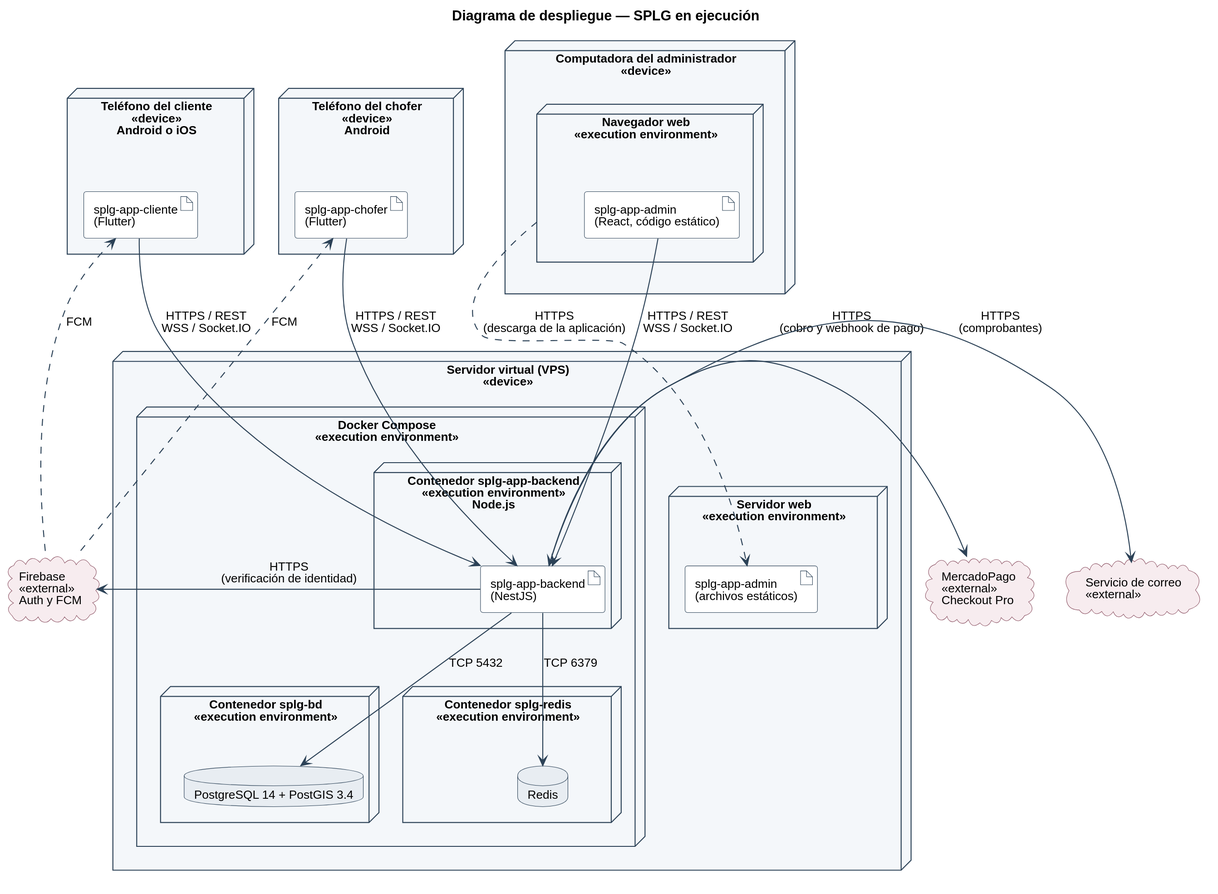
Earlier version of the PlantUML export diagramas/uml/UML_Despliegue.svg (Nahuelito-Dev/splg-docs). Source of this version:
```plantuml
@startuml
title Diagrama de despliegue — SPLG en ejecución
skinparam backgroundColor #FFFFFF
skinparam shadowing false
skinparam defaultFontName Helvetica
skinparam defaultFontSize 12
skinparam dpi 150
skinparam ArrowColor #2C4257
skinparam ArrowFontSize 12
skinparam node {
  BorderColor #2C4257
  BackgroundColor #F4F7FA
}
skinparam artifact {
  BorderColor #2C4257
  BackgroundColor #FFFFFF
}
skinparam database {
  BorderColor #2C4257
  BackgroundColor #E8EDF2
}
skinparam cloud {
  BorderColor #8E5566
  BackgroundColor #F7ECEF
}
skinparam nodesep 40
skinparam ranksep 70

node "Teléfono del cliente\n<<device>>\nAndroid o iOS" as DC {
  artifact "splg-app-cliente\n(Flutter)" as AC
}
node "Teléfono del chofer\n<<device>>\nAndroid" as DD {
  artifact "splg-app-chofer\n(Flutter)" as AD
}
node "Computadora del administrador\n<<device>>" as DA {
  node "Navegador web\n<<execution environment>>" as NAV {
    artifact "splg-app-admin\n(React, código estático)" as PANEL
  }
}

node "Servidor virtual (VPS)\n<<device>>" as VPS {
  node "Docker Compose\n<<execution environment>>" as DOCK {
    node "Contenedor splg-app-backend\n<<execution environment>>\nNode.js" as CB {
      artifact "splg-app-backend\n(NestJS)" as BACK
    }
    node "Contenedor splg-bd\n<<execution environment>>" as CBD {
      database "PostgreSQL 14 + PostGIS 3.4" as PG
    }
    node "Contenedor splg-redis\n<<execution environment>>" as CRD {
      database "Redis" as RD
    }
  }
  node "Servidor web\n<<execution environment>>" as WEB {
    artifact "splg-app-admin\n(archivos estáticos)" as PANELDIST
  }
}

cloud "Firebase\n<<external>>\nAuth y FCM" as FB
cloud "MercadoPago\n<<external>>\nCheckout Pro" as MP
cloud "Servicio de correo\n<<external>>" as ML

AC -down-> BACK : HTTPS / REST\nWSS / Socket.IO
AD -down-> BACK : HTTPS / REST\nWSS / Socket.IO
PANEL -down-> BACK : HTTPS / REST\nWSS / Socket.IO
NAV .down.> PANELDIST : HTTPS\n(descarga de la aplicación)

BACK -down-> PG : TCP 5432
BACK -down-> RD : TCP 6379

BACK -right-> FB : HTTPS\n(verificación de identidad)
BACK <-right-> MP : HTTPS\n(cobro y webhook de pago)
BACK -right-> ML : HTTPS\n(comprobantes)
FB .up.> AC : FCM
FB .up.> AD : FCM
@enduml
```
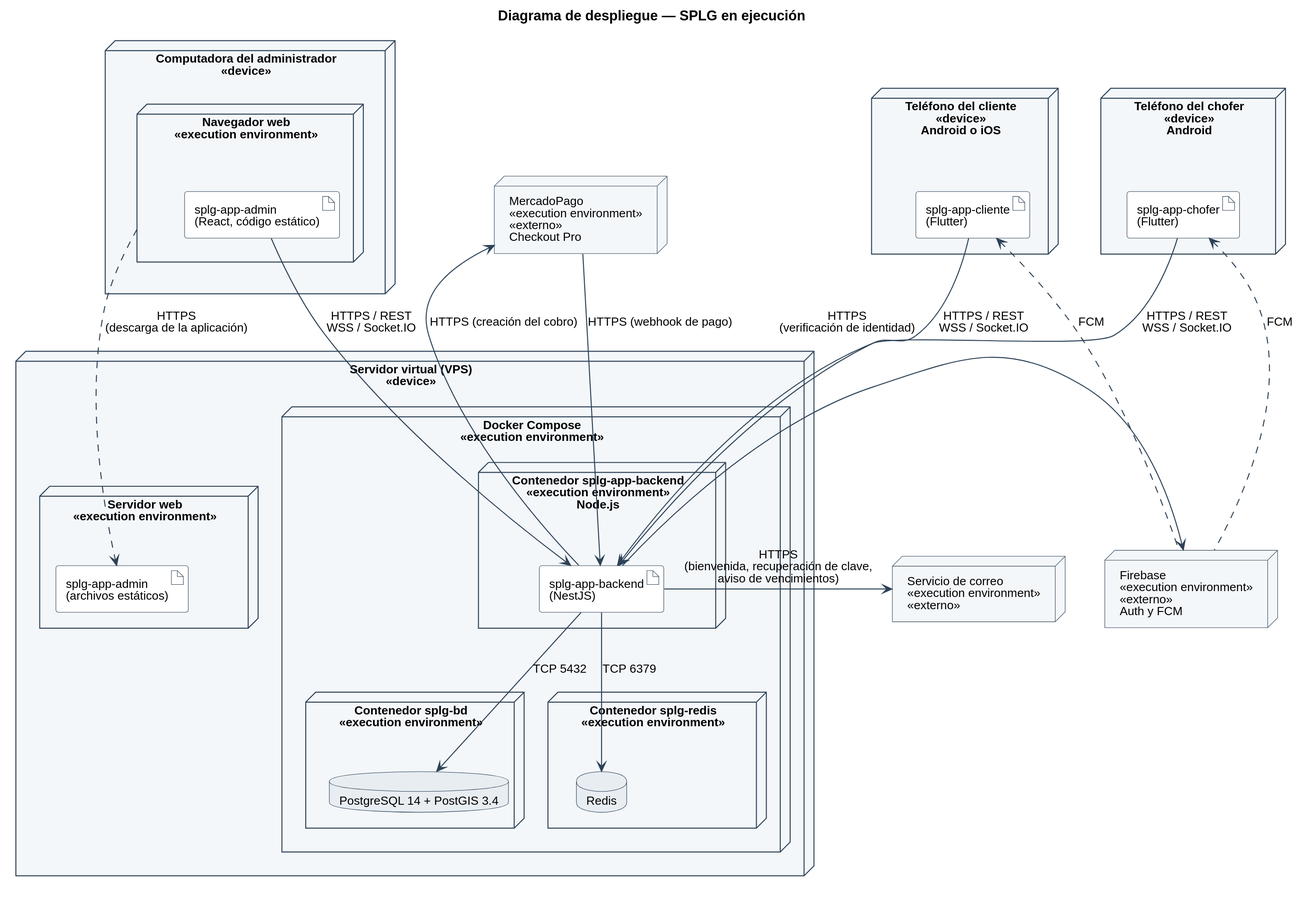
Later version of the same file.

What changed in the source:
```diff
@@ -19,7 +19,7 @@
   BorderColor #2C4257
   BackgroundColor #E8EDF2
 }
-skinparam cloud {
+skinparam node<<externo>> {
   BorderColor #8E5566
   BackgroundColor #F7ECEF
 }
@@ -55,9 +55,9 @@
   }
 }
 
-cloud "Firebase\n<<external>>\nAuth y FCM" as FB
-cloud "MercadoPago\n<<external>>\nCheckout Pro" as MP
-cloud "Servicio de correo\n<<external>>" as ML
+node "Firebase\n<<execution environment>>\n<<externo>>\nAuth y FCM" as FB
+node "MercadoPago\n<<execution environment>>\n<<externo>>\nCheckout Pro" as MP
+node "Servicio de correo\n<<execution environment>>\n<<externo>>" as ML
 
 AC -down-> BACK : HTTPS / REST\nWSS / Socket.IO
 AD -down-> BACK : HTTPS / REST\nWSS / Socket.IO
@@ -68,8 +68,9 @@
 BACK -down-> RD : TCP 6379
 
 BACK -right-> FB : HTTPS\n(verificación de identidad)
-BACK <-right-> MP : HTTPS\n(cobro y webhook de pago)
-BACK -right-> ML : HTTPS\n(comprobantes)
+BACK -right-> MP : HTTPS (creación del cobro)
+MP -down-> BACK : HTTPS (webhook de pago)
+BACK -right-> ML : HTTPS\n(bienvenida, recuperación de clave,\naviso de vencimientos)
 FB .up.> AC : FCM
 FB .up.> AD : FCM
 @enduml
```
